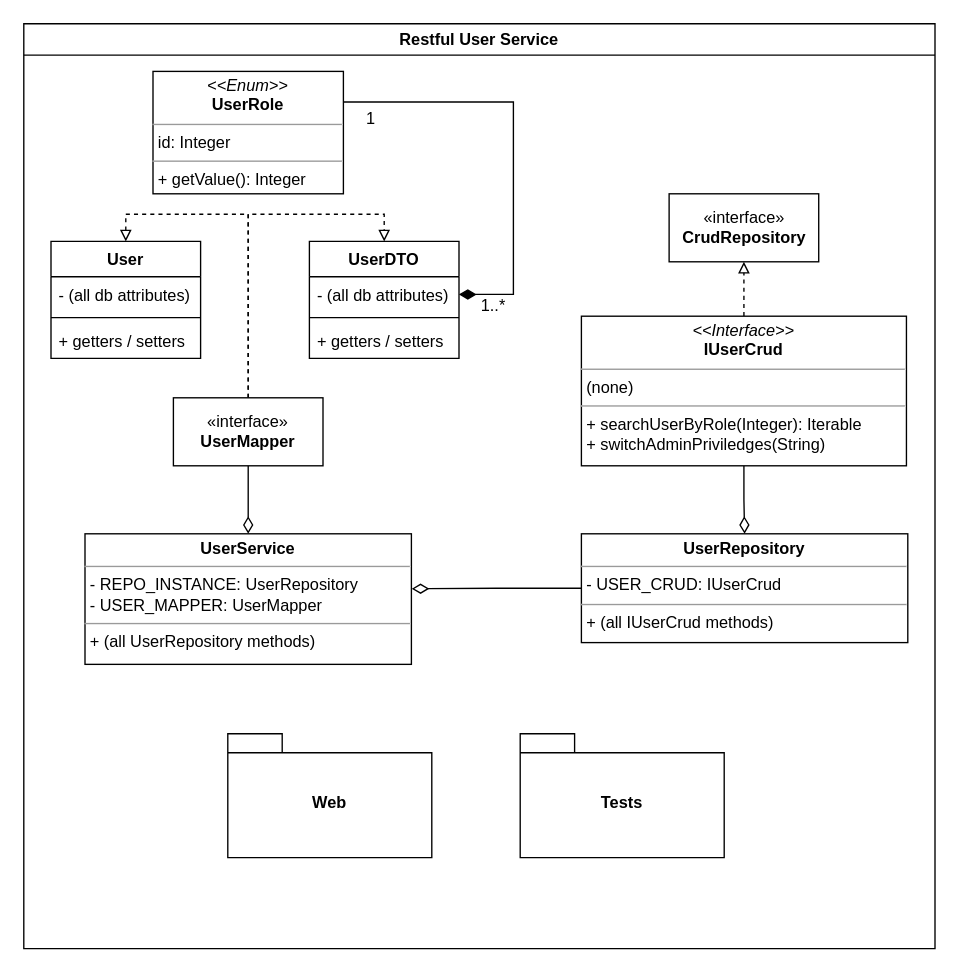
NM4TT/Restful-CRUD-App keeps this draw.io diagram as diagrams/user_service_class_diagram.drawio. Above is the earlier version. Source tidied: cells renumbered, new cells numbered last; positions are measured from the earlier drawing's top-left corner, leaving out a move shared by most shapes. Both pictures are drawn from the tidied source at 136%, with x=0, y=0 at pixel (23, 23).
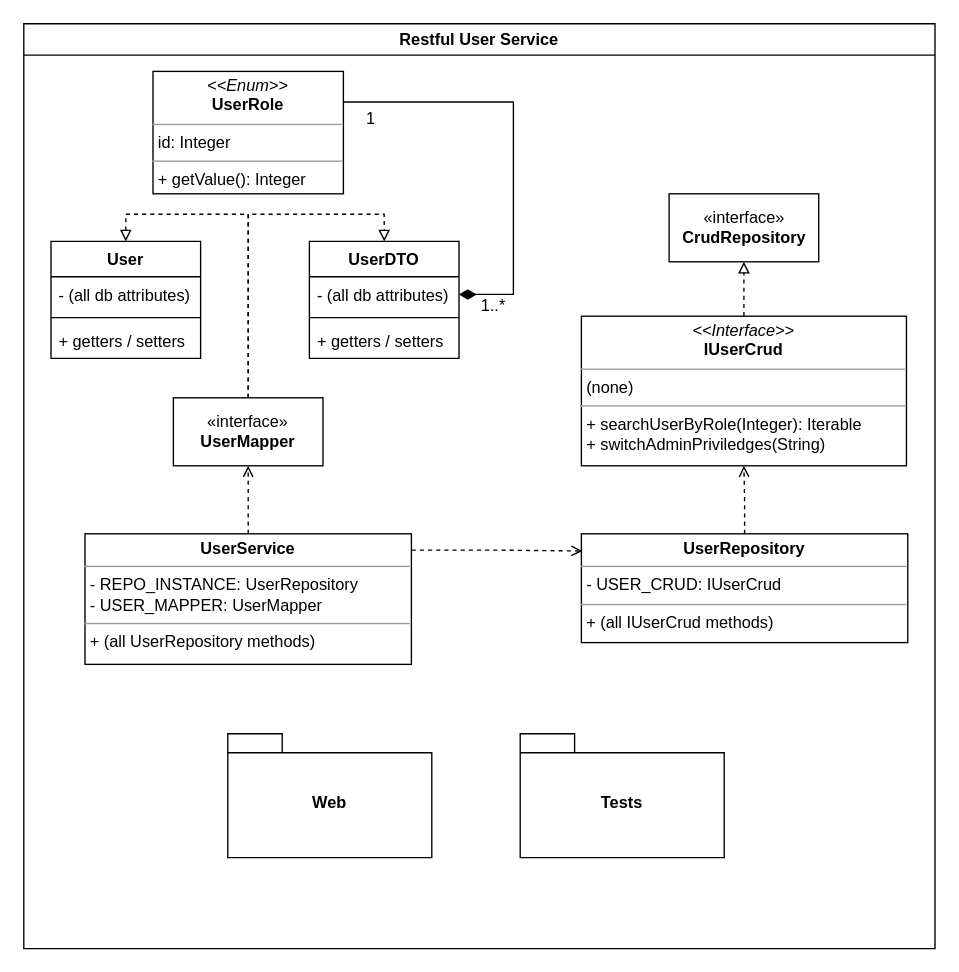
After the change.

Commit message (it also covers changes not shown here):
Modify relations in user_service_clas_diagram

Unchanged cells that the change refers to:
```xml
<mxCell id="2" value="Restful User Service" style="swimlane;whiteSpace=wrap;html=1;" parent="1" vertex="1">
  <mxGeometry width="670" height="680" as="geometry" />
</mxCell>
<mxCell id="14" value="«interface»&lt;br&gt;&lt;b&gt;UserMapper&lt;/b&gt;" style="html=1;whiteSpace=wrap;" parent="2" vertex="1">
  <mxGeometry x="110" y="275" width="110" height="50" as="geometry" />
</mxCell>
<mxCell id="17" value="&lt;p style=&quot;margin:0px;margin-top:4px;text-align:center;&quot;&gt;&lt;i&gt;&amp;lt;&amp;lt;Interface&amp;gt;&amp;gt;&lt;/i&gt;&lt;br&gt;&lt;b&gt;IUserCrud&lt;/b&gt;&lt;/p&gt;&lt;hr size=&quot;1&quot;&gt;&lt;p style=&quot;margin:0px;margin-left:4px;&quot;&gt;(none)&lt;/p&gt;&lt;hr size=&quot;1&quot;&gt;&lt;p style=&quot;margin:0px;margin-left:4px;&quot;&gt;+ searchUserByRole(Integer): Iterable&lt;br&gt;+ switchAdminPriviledges(String)&lt;/p&gt;" style="verticalAlign=top;align=left;overflow=fill;fontSize=12;fontFamily=Helvetica;html=1;whiteSpace=wrap;" parent="2" vertex="1">
  <mxGeometry x="410" y="215" width="239" height="110" as="geometry" />
</mxCell>
<mxCell id="19" value="&lt;p style=&quot;margin:0px;margin-top:4px;text-align:center;&quot;&gt;&lt;b&gt;UserRepository&lt;/b&gt;&lt;/p&gt;&lt;hr size=&quot;1&quot;&gt;&lt;p style=&quot;margin:0px;margin-left:4px;&quot;&gt;- USER_CRUD: IUserCrud&lt;/p&gt;&lt;hr size=&quot;1&quot;&gt;&lt;p style=&quot;margin:0px;margin-left:4px;&quot;&gt;+ (all IUserCrud methods)&lt;/p&gt;" style="verticalAlign=top;align=left;overflow=fill;fontSize=12;fontFamily=Helvetica;html=1;whiteSpace=wrap;" parent="2" vertex="1">
  <mxGeometry x="410" y="375" width="240" height="80" as="geometry" />
</mxCell>
<mxCell id="22" value="&lt;p style=&quot;margin:0px;margin-top:4px;text-align:center;&quot;&gt;&lt;b&gt;UserService&lt;/b&gt;&lt;/p&gt;&lt;hr size=&quot;1&quot;&gt;&lt;p style=&quot;margin:0px;margin-left:4px;&quot;&gt;- REPO_INSTANCE: UserRepository&lt;/p&gt;&lt;p style=&quot;margin:0px;margin-left:4px;&quot;&gt;- USER_MAPPER: UserMapper&lt;/p&gt;&lt;hr size=&quot;1&quot;&gt;&lt;p style=&quot;margin:0px;margin-left:4px;&quot;&gt;+ (all UserRepository methods)&lt;/p&gt;" style="verticalAlign=top;align=left;overflow=fill;fontSize=12;fontFamily=Helvetica;html=1;whiteSpace=wrap;" parent="2" vertex="1">
  <mxGeometry x="45" y="375" width="240" height="96" as="geometry" />
</mxCell>
```

What changed in the source:
```diff
@@
-    <mxCell id="11" style="edgeStyle=orthogonalEdgeStyle;rounded=0;jettySize=auto;html=1;entryX=0.5;entryY=0;entryDx=0;entryDy=0;endArrow=diamondThin;endFill=0;endSize=10;startSize=10;" parent="2" edge="1" source="14" target="22">
-      <mxGeometry relative="1" as="geometry" />
-    </mxCell>
@@
-    <mxCell id="16" style="edgeStyle=orthogonalEdgeStyle;rounded=0;jettySize=auto;html=1;entryX=0.5;entryY=0;entryDx=0;entryDy=0;endArrow=diamondThin;endFill=0;strokeWidth=1;endSize=10;startSize=10;" parent="2" edge="1" source="17" target="19">
-      <mxGeometry relative="1" as="geometry" />
-    </mxCell>
@@
-    <mxCell id="18" style="edgeStyle=orthogonalEdgeStyle;rounded=0;jettySize=auto;html=1;entryX=1.001;entryY=0.421;entryDx=0;entryDy=0;exitX=0;exitY=0.5;exitDx=0;exitDy=0;endArrow=diamondThin;endFill=0;endSize=10;startSize=10;entryPerimeter=0;" parent="2" edge="1" source="19" target="22">
-      <mxGeometry relative="1" as="geometry" />
-    </mxCell>
+    <mxCell id="28" style="edgeStyle=orthogonalEdgeStyle;rounded=0;jettySize=auto;html=1;endArrow=open;endFill=0;dashed=1;" parent="2" edge="1" source="19" target="17">
+      <mxGeometry relative="1" as="geometry" />
+    </mxCell>
@@
+    <mxCell id="29" style="edgeStyle=orthogonalEdgeStyle;rounded=0;jettySize=auto;html=1;endArrow=open;endFill=0;dashed=1;" parent="2" edge="1" source="22" target="14">
+      <mxGeometry relative="1" as="geometry" />
+    </mxCell>
@@
+    <mxCell id="30" style="edgeStyle=orthogonalEdgeStyle;rounded=0;jettySize=auto;html=1;exitX=1.001;exitY=0.125;exitDx=0;exitDy=0;entryX=0.003;entryY=0.158;entryDx=0;entryDy=0;entryPerimeter=0;exitPerimeter=0;endArrow=open;endFill=0;dashed=1;" parent="2" edge="1" source="22" target="19">
+      <mxGeometry relative="1" as="geometry" />
+    </mxCell>
```
